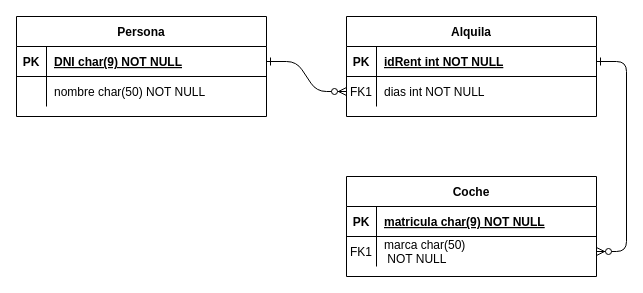
The draw.io diagram src/Untitled Diagram.drawio in GinesRodriguez/GraphsDBWebinar0120, before the edit. Source tidied: cells renumbered, new cells numbered last; positions are measured from the earlier drawing's top-left corner, leaving out a move shared by most shapes. Both pictures are drawn from the tidied source at 100%, with x=0, y=0 at pixel (16, 16).
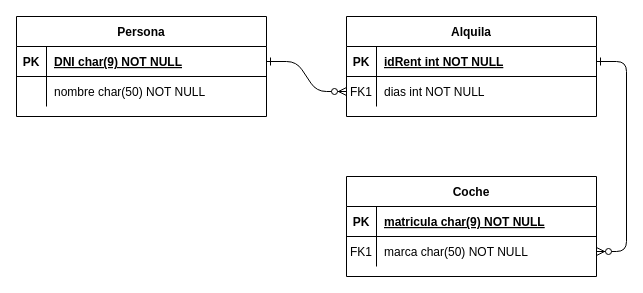
Above is the later version.

The change refers to these unchanged cells:
```xml
<mxCell id="15" style="shape=partialRectangle;fillColor=none;points=[[0,0.5],[1,0.5]];portConstraint=eastwest;top=0;left=0;right=0;bottom=0;" parent="11" vertex="1">
  <mxGeometry y="60" width="250" height="30" as="geometry" />
</mxCell>
```

The edit, as a diff of the source:
```diff
@@
-    <mxCell id="17" value="marca char(50)&#10; NOT NULL" style="shape=partialRectangle;overflow=hidden;fillColor=none;top=0;left=0;bottom=0;right=0;align=left;spacingLeft=6;" parent="15" vertex="1">
+    <mxCell id="17" value="marca char(50) NOT NULL" style="shape=partialRectangle;overflow=hidden;fillColor=none;top=0;left=0;bottom=0;right=0;align=left;spacingLeft=6;" parent="15" vertex="1">
       <mxGeometry x="30" width="220" height="30" as="geometry" />
     </mxCell>
```
